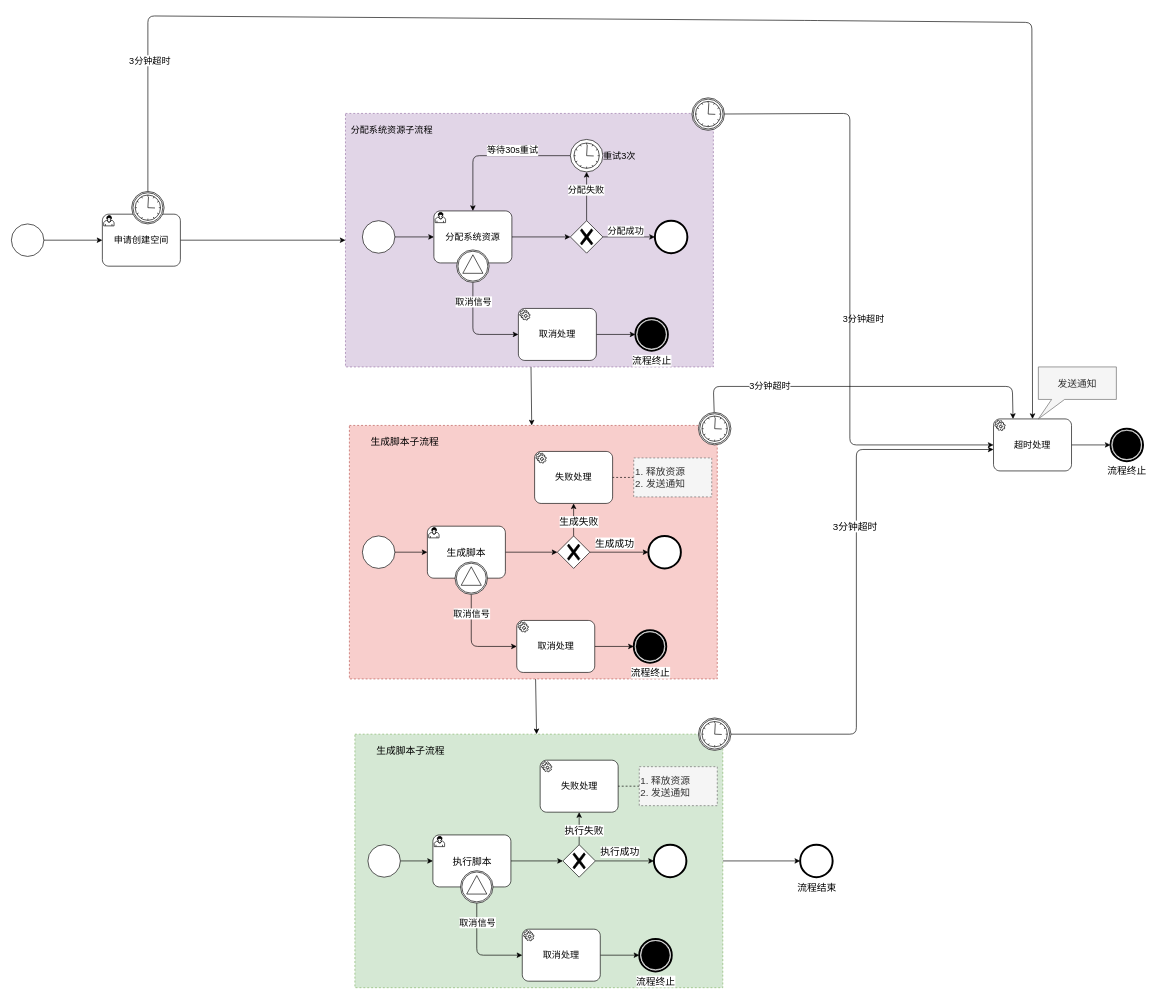
This is page "工作流-细化展开完整" (2 of 6) of blog/business_observable/002/_design/design.drawio from codepodspace/codepod-docs, a draw.io file, before an edit. Source tidied: cells renumbered, new cells numbered last; positions are measured from the earlier drawing's top-left corner, leaving out a move shared by most shapes. Both pictures are drawn from the tidied source at 65%, with x=0, y=0 at pixel (11, 16).
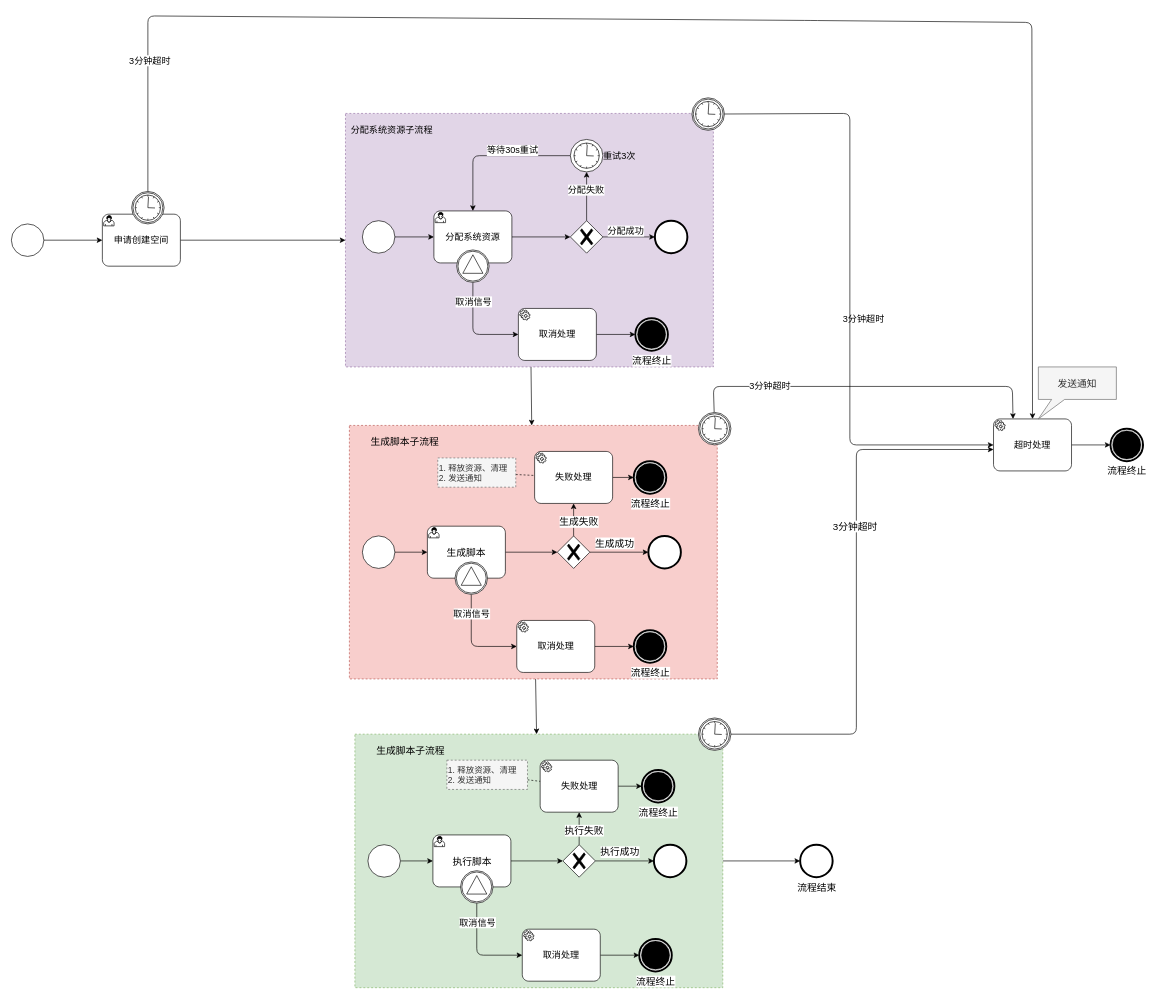
The same diagram, later.

Unchanged cells that the change refers to:
```xml
<mxCell id="26" value="失败处理" style="points=[[0.25,0,0],[0.5,0,0],[0.75,0,0],[1,0.25,0],[1,0.5,0],[1,0.75,0],[0.75,1,0],[0.5,1,0],[0.25,1,0],[0,0.75,0],[0,0.5,0],[0,0.25,0]];shape=mxgraph.bpmn.task;whiteSpace=wrap;rectStyle=rounded;size=10;html=1;taskMarker=service;fontSize=14;" parent="1" vertex="1">
  <mxGeometry x="813.5" y="1145" width="120" height="80" as="geometry" />
</mxCell>
<mxCell id="53" value="失败处理" style="points=[[0.25,0,0],[0.5,0,0],[0.75,0,0],[1,0.25,0],[1,0.5,0],[1,0.75,0],[0.75,1,0],[0.5,1,0],[0.25,1,0],[0,0.75,0],[0,0.5,0],[0,0.25,0]];shape=mxgraph.bpmn.task;whiteSpace=wrap;rectStyle=rounded;size=10;html=1;taskMarker=service;fontSize=14;" parent="1" vertex="1">
  <mxGeometry x="805" y="670" width="120" height="80" as="geometry" />
</mxCell>
```

Diff of the diagram source:
```diff
@@
+    <mxCell id="90" style="edgeStyle=none;html=1;fontSize=13;" parent="1" edge="1" source="26" target="93">
+      <mxGeometry relative="1" as="geometry" />
+    </mxCell>
@@
-    <mxCell id="37" value="1. 释放资源&lt;br&gt;2. 发送通知" style="whiteSpace=wrap;html=1;fontSize=15;dashed=1;align=left;fillColor=#f5f5f5;fontColor=#333333;strokeColor=#666666;" parent="1" vertex="1">
-      <mxGeometry x="966" y="1155" width="120" height="60" as="geometry" />
+    <mxCell id="37" value="1. 释放资源、清理&lt;br style=&quot;font-size: 13px;&quot;&gt;2. 发送通知" style="whiteSpace=wrap;html=1;fontSize=13;dashed=1;align=left;fillColor=#f5f5f5;fontColor=#333333;strokeColor=#666666;" parent="1" vertex="1">
+      <mxGeometry x="670" y="1145" width="124" height="45" as="geometry" />
     </mxCell>
@@
+    <mxCell id="91" style="edgeStyle=none;html=1;fontSize=13;" parent="1" edge="1" source="53" target="92">
+      <mxGeometry relative="1" as="geometry" />
+    </mxCell>
@@
-    <mxCell id="63" value="1. 释放资源&lt;br&gt;2. 发送通知" style="whiteSpace=wrap;html=1;fontSize=15;dashed=1;align=left;fillColor=#f5f5f5;fontColor=#333333;strokeColor=#666666;" parent="1" vertex="1">
-      <mxGeometry x="957.5" y="680" width="120" height="60" as="geometry" />
+    <mxCell id="63" value="1. 释放资源、清理&lt;br style=&quot;font-size: 13px;&quot;&gt;2. 发送通知" style="whiteSpace=wrap;html=1;fontSize=13;dashed=1;align=left;fillColor=#f5f5f5;fontColor=#333333;strokeColor=#666666;" parent="1" vertex="1">
+      <mxGeometry x="656" y="680" width="120" height="45" as="geometry" />
     </mxCell>
@@
+    <mxCell id="92" value="流程终止" style="points=[[0.145,0.145,0],[0.5,0,0],[0.855,0.145,0],[1,0.5,0],[0.855,0.855,0],[0.5,1,0],[0.145,0.855,0],[0,0.5,0]];shape=mxgraph.bpmn.event;html=1;verticalLabelPosition=bottom;labelBackgroundColor=#ffffff;verticalAlign=top;align=center;perimeter=ellipsePerimeter;outlineConnect=0;outline=end;symbol=terminate;fontSize=15;" parent="1" vertex="1">
+      <mxGeometry x="957.5" y="685" width="50" height="50" as="geometry" />
+    </mxCell>
+    <mxCell id="93" value="流程终止" style="points=[[0.145,0.145,0],[0.5,0,0],[0.855,0.145,0],[1,0.5,0],[0.855,0.855,0],[0.5,1,0],[0.145,0.855,0],[0,0.5,0]];shape=mxgraph.bpmn.event;html=1;verticalLabelPosition=bottom;labelBackgroundColor=#ffffff;verticalAlign=top;align=center;perimeter=ellipsePerimeter;outlineConnect=0;outline=end;symbol=terminate;fontSize=15;" parent="1" vertex="1">
+      <mxGeometry x="970" y="1160" width="50" height="50" as="geometry" />
+    </mxCell>
```
